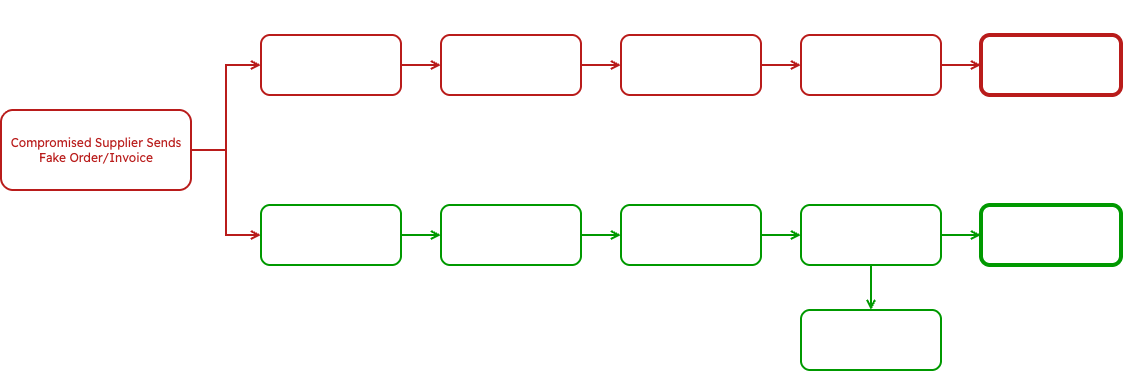
khalavak/sublime-webpage keeps this draw.io diagram as assets/graphs/graph-malicious-attachment-fake-document.png. Above is the earlier version. Source tidied: cells renumbered, new cells last; positions are measured from the earlier drawing's top-left corner, leaving out a move shared by most shapes. The source it was exported from:
```xml
<mxGraphModel>
  <root>
    <mxCell id="0" />
    <mxCell id="1" parent="0" />
    <mxCell id="2" style="edgeStyle=orthogonalEdgeStyle;rounded=0;jettySize=auto;html=1;entryX=0;entryY=0.5;entryDx=0;entryDy=0;strokeColor=light-dark(#B91C1B,#B91C1B);endArrow=open;endFill=0;strokeWidth=2;" parent="1" edge="1" source="4" target="8">
      <mxGeometry relative="1" as="geometry" />
    </mxCell>
    <mxCell id="3" style="edgeStyle=orthogonalEdgeStyle;rounded=0;jettySize=auto;html=1;entryX=0;entryY=0.5;entryDx=0;entryDy=0;strokeColor=light-dark(#B91C1B,#B91C1B);endArrow=open;endFill=0;strokeWidth=2;" parent="1" edge="1" source="4" target="6">
      <mxGeometry relative="1" as="geometry" />
    </mxCell>
    <mxCell id="4" value="Compromised Supplier Sends Fake Order/Invoice" style="rounded=1;whiteSpace=wrap;html=1;strokeColor=light-dark(#000000,#B91C1B);fontColor=light-dark(#000000,#B91C1B);fillColor=none;strokeWidth=2;perimeterSpacing=0;fontFamily=Readex Pro;fontSource=https%3A%2F%2Ffonts.googleapis.com%2Fcss%3Ffamily%3DReadex%2BPro;" parent="1" vertex="1">
      <mxGeometry y="110" width="190" height="80" as="geometry" />
    </mxCell>
    <mxCell id="5" style="edgeStyle=orthogonalEdgeStyle;rounded=0;jettySize=auto;html=1;entryX=0;entryY=0.5;entryDx=0;entryDy=0;strokeColor=light-dark(#000000,#009900);endArrow=open;endFill=0;strokeWidth=2;" parent="1" edge="1" source="6" target="17">
      <mxGeometry relative="1" as="geometry" />
    </mxCell>
    <mxCell id="6" value="Email from supplier enters managed Email Inspection" style="rounded=1;whiteSpace=wrap;html=1;strokeColor=light-dark(#000000,#009900);fillColor=none;strokeWidth=2;fontFamily=Readex Pro;fontSource=https%3A%2F%2Ffonts.googleapis.com%2Fcss%3Ffamily%3DReadex%2BPro;" parent="1" vertex="1">
      <mxGeometry x="260" y="205" width="140" height="60" as="geometry" />
    </mxCell>
    <mxCell id="7" style="edgeStyle=orthogonalEdgeStyle;rounded=0;jettySize=auto;html=1;entryX=0;entryY=0.5;entryDx=0;entryDy=0;strokeColor=light-dark(#B91C1B,#B91C1B);endArrow=open;endFill=0;strokeWidth=2;" parent="1" edge="1" source="8" target="10">
      <mxGeometry relative="1" as="geometry" />
    </mxCell>
    <mxCell id="8" value="Standard filters allow email through" style="rounded=1;whiteSpace=wrap;html=1;strokeColor=light-dark(#000000,#B91C1B);fillColor=none;fontColor=light-dark(#000000,#FFFFFF);strokeWidth=2;fontFamily=Readex Pro;fontSource=https%3A%2F%2Ffonts.googleapis.com%2Fcss%3Ffamily%3DReadex%2BPro;" parent="1" vertex="1">
      <mxGeometry x="260" y="35" width="140" height="60" as="geometry" />
    </mxCell>
    <mxCell id="9" style="edgeStyle=orthogonalEdgeStyle;rounded=0;jettySize=auto;html=1;strokeColor=light-dark(#B91C1B,#B91C1B);endArrow=open;endFill=0;strokeWidth=2;" parent="1" edge="1" source="10" target="12">
      <mxGeometry relative="1" as="geometry" />
    </mxCell>
    <mxCell id="10" value="Employee Executes Malicious Instructions" style="rounded=1;whiteSpace=wrap;html=1;strokeColor=light-dark(#000000,#B91C1B);fillColor=none;fontColor=light-dark(#000000,#FFFFFF);strokeWidth=2;fontFamily=Readex Pro;fontSource=https%3A%2F%2Ffonts.googleapis.com%2Fcss%3Ffamily%3DReadex%2BPro;" parent="1" vertex="1">
      <mxGeometry x="440" y="35" width="140" height="60" as="geometry" />
    </mxCell>
    <mxCell id="11" style="edgeStyle=orthogonalEdgeStyle;rounded=0;jettySize=auto;html=1;exitX=1;exitY=0.5;exitDx=0;exitDy=0;entryX=0;entryY=0.5;entryDx=0;entryDy=0;strokeColor=light-dark(#B91C1B,#B91C1B);endArrow=open;endFill=0;strokeWidth=2;" parent="1" edge="1" source="12" target="14">
      <mxGeometry relative="1" as="geometry" />
    </mxCell>
    <mxCell id="12" value="Impact Achieved: Data Exfiltration or Fraudulent Payment" style="rounded=1;whiteSpace=wrap;html=1;strokeColor=light-dark(#000000,#B91C1B);fillColor=none;fontColor=light-dark(#000000,#FFFFFF);strokeWidth=2;fontFamily=Readex Pro;fontSource=https%3A%2F%2Ffonts.googleapis.com%2Fcss%3Ffamily%3DReadex%2BPro;" parent="1" vertex="1">
      <mxGeometry x="620" y="35" width="140" height="60" as="geometry" />
    </mxCell>
    <mxCell id="13" style="edgeStyle=orthogonalEdgeStyle;rounded=0;jettySize=auto;html=1;entryX=0;entryY=0.5;entryDx=0;entryDy=0;strokeColor=light-dark(#B91C1B,#B91C1B);endArrow=open;endFill=0;strokeWidth=2;" parent="1" edge="1" source="14" target="15">
      <mxGeometry relative="1" as="geometry" />
    </mxCell>
    <mxCell id="14" value="SOC reacts post-compromise" style="rounded=1;whiteSpace=wrap;html=1;strokeColor=light-dark(#000000,#B91C1B);fillColor=none;fontColor=light-dark(#000000,#FFFFFF);strokeWidth=2;fontFamily=Readex Pro;fontSource=https%3A%2F%2Ffonts.googleapis.com%2Fcss%3Ffamily%3DReadex%2BPro;" parent="1" vertex="1">
      <mxGeometry x="800" y="35" width="140" height="60" as="geometry" />
    </mxCell>
    <mxCell id="15" value="&lt;b&gt;Operational and Financial Impact Realized&lt;/b&gt;" style="rounded=1;whiteSpace=wrap;html=1;strokeColor=light-dark(#000000,#B91C1B);fillColor=none;fontColor=light-dark(#000000,#FFFFFF);strokeWidth=4;fontFamily=Readex Pro;fontSource=https%3A%2F%2Ffonts.googleapis.com%2Fcss%3Ffamily%3DReadex%2BPro;" parent="1" vertex="1">
      <mxGeometry x="980" y="35" width="140" height="60" as="geometry" />
    </mxCell>
    <mxCell id="16" style="edgeStyle=orthogonalEdgeStyle;rounded=0;jettySize=auto;html=1;entryX=0;entryY=0.5;entryDx=0;entryDy=0;strokeColor=light-dark(#000000,#009900);endArrow=open;endFill=0;strokeWidth=2;" parent="1" edge="1" source="17" target="19">
      <mxGeometry relative="1" as="geometry" />
    </mxCell>
    <mxCell id="17" value="&lt;span&gt;Behavioral Analysis Flags Email&lt;/span&gt;" style="rounded=1;whiteSpace=wrap;html=1;strokeColor=light-dark(#000000,#009900);fillColor=none;strokeWidth=2;fontFamily=Readex Pro;fontSource=https%3A%2F%2Ffonts.googleapis.com%2Fcss%3Ffamily%3DReadex%2BPro;" parent="1" vertex="1">
      <mxGeometry x="440" y="205" width="140" height="60" as="geometry" />
    </mxCell>
    <mxCell id="18" style="edgeStyle=orthogonalEdgeStyle;rounded=0;jettySize=auto;html=1;entryX=0;entryY=0.5;entryDx=0;entryDy=0;strokeColor=light-dark(#000000,#009900);endArrow=open;endFill=0;strokeWidth=2;" parent="1" edge="1" source="19" target="21">
      <mxGeometry relative="1" as="geometry" />
    </mxCell>
    <mxCell id="19" value="&lt;span&gt;Automated Quarantining &amp;amp; Mitigation&lt;/span&gt;" style="rounded=1;whiteSpace=wrap;html=1;strokeColor=light-dark(#000000,#009900);fillColor=none;strokeWidth=2;fontFamily=Readex Pro;fontSource=https%3A%2F%2Ffonts.googleapis.com%2Fcss%3Ffamily%3DReadex%2BPro;" parent="1" vertex="1">
      <mxGeometry x="620" y="205" width="140" height="60" as="geometry" />
    </mxCell>
    <mxCell id="20" style="edgeStyle=orthogonalEdgeStyle;rounded=0;jettySize=auto;html=1;exitX=1;exitY=0.5;exitDx=0;exitDy=0;strokeColor=light-dark(#000000,#009900);endArrow=open;endFill=0;strokeWidth=2;" parent="1" edge="1" source="21" target="22">
      <mxGeometry relative="1" as="geometry" />
    </mxCell>
    <mxCell id="21" value="&lt;span&gt;Source (Supplier Domain) Flagged for Monitoring&lt;/span&gt;" style="rounded=1;whiteSpace=wrap;html=1;strokeColor=light-dark(#000000,#009900);fillColor=none;strokeWidth=2;fontFamily=Readex Pro;fontSource=https%3A%2F%2Ffonts.googleapis.com%2Fcss%3Ffamily%3DReadex%2BPro;" parent="1" vertex="1">
      <mxGeometry x="800" y="205" width="140" height="60" as="geometry" />
    </mxCell>
    <mxCell id="22" value="&lt;span&gt;&lt;b&gt;Zero Business &lt;br&gt;Impact Achieved&lt;/b&gt;&lt;/span&gt;" style="rounded=1;whiteSpace=wrap;html=1;strokeColor=light-dark(#000000,#009900);fillColor=none;strokeWidth=4;fontFamily=Readex Pro;fontSource=https%3A%2F%2Ffonts.googleapis.com%2Fcss%3Ffamily%3DReadex%2BPro;" parent="1" vertex="1">
      <mxGeometry x="980" y="205" width="140" height="60" as="geometry" />
    </mxCell>
    <mxCell id="23" value="&lt;b&gt;Managed Email Protection (Attack Prevented)&lt;/b&gt;" style="text;html=1;whiteSpace=wrap;strokeColor=none;fillColor=none;align=left;verticalAlign=middle;rounded=0;fontFamily=Readex Pro;fontSource=https%3A%2F%2Ffonts.googleapis.com%2Fcss%3Ffamily%3DReadex%2BPro;" parent="1" vertex="1">
      <mxGeometry x="260" y="170" width="300" height="30" as="geometry" />
    </mxCell>
    <mxCell id="24" value="&lt;b&gt;Legacy Protection (Attack Succeeds)&lt;/b&gt;" style="text;html=1;whiteSpace=wrap;strokeColor=none;fillColor=none;align=left;verticalAlign=middle;rounded=0;fontFamily=Readex Pro;fontSource=https%3A%2F%2Ffonts.googleapis.com%2Fcss%3Ffamily%3DReadex%2BPro;" parent="1" vertex="1">
      <mxGeometry x="260" width="300" height="30" as="geometry" />
    </mxCell>
    <mxCell id="25" value="&lt;span&gt;Analyst Validates Alert and Notifies Client&lt;/span&gt;" style="rounded=1;whiteSpace=wrap;html=1;strokeColor=light-dark(#000000,#009900);fillColor=none;strokeWidth=2;fontFamily=Readex Pro;fontSource=https%3A%2F%2Ffonts.googleapis.com%2Fcss%3Ffamily%3DReadex%2BPro;" parent="1" vertex="1">
      <mxGeometry x="800" y="310" width="140" height="60" as="geometry" />
    </mxCell>
    <mxCell id="26" style="edgeStyle=orthogonalEdgeStyle;rounded=0;jettySize=auto;html=1;entryX=0.5;entryY=0;entryDx=0;entryDy=0;strokeColor=light-dark(#000000,#009900);endArrow=open;endFill=0;strokeWidth=2;exitX=0.5;exitY=1;exitDx=0;exitDy=0;" parent="1" edge="1" source="21" target="25">
      <mxGeometry relative="1" as="geometry" />
    </mxCell>
  </root>
</mxGraphModel>
```
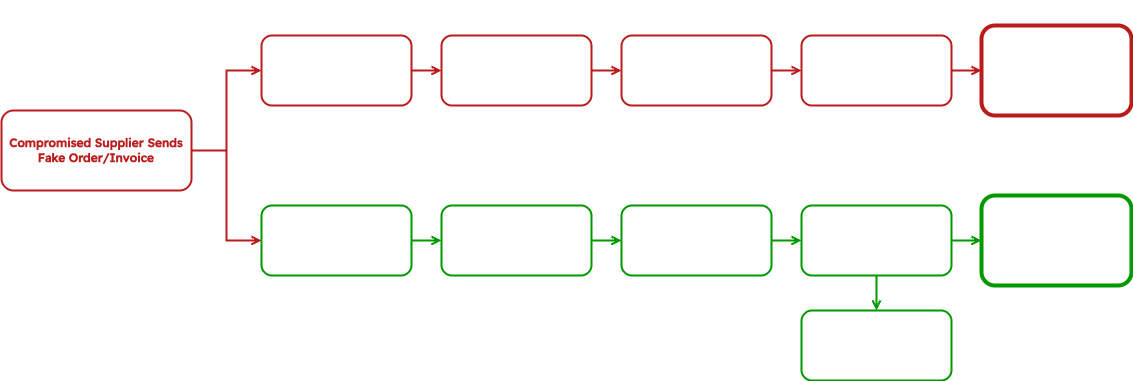
Above is the later version.

What changed in the source:
```diff
@@ -8,62 +8,62 @@
     <mxCell id="3" style="edgeStyle=orthogonalEdgeStyle;rounded=0;jettySize=auto;html=1;entryX=0;entryY=0.5;entryDx=0;entryDy=0;strokeColor=light-dark(#B91C1B,#B91C1B);endArrow=open;endFill=0;strokeWidth=2;" parent="1" edge="1" source="4" target="6">
       <mxGeometry relative="1" as="geometry" />
     </mxCell>
-    <mxCell id="4" value="Compromised Supplier Sends Fake Order/Invoice" style="rounded=1;whiteSpace=wrap;html=1;strokeColor=light-dark(#000000,#B91C1B);fontColor=light-dark(#000000,#B91C1B);fillColor=none;strokeWidth=2;perimeterSpacing=0;fontFamily=Readex Pro;fontSource=https%3A%2F%2Ffonts.googleapis.com%2Fcss%3Ffamily%3DReadex%2BPro;" parent="1" vertex="1">
+    <mxCell id="4" value="&lt;b&gt;Compromised Supplier Sends Fake Order/Invoice&lt;/b&gt;" style="rounded=1;whiteSpace=wrap;html=1;strokeColor=light-dark(#000000,#B91C1B);fontColor=light-dark(#000000,#B91C1B);fillColor=none;strokeWidth=2;perimeterSpacing=0;fontFamily=Readex Pro;fontSource=https%3A%2F%2Ffonts.googleapis.com%2Fcss%3Ffamily%3DReadex%2BPro;" parent="1" vertex="1">
       <mxGeometry y="110" width="190" height="80" as="geometry" />
     </mxCell>
     <mxCell id="5" style="edgeStyle=orthogonalEdgeStyle;rounded=0;jettySize=auto;html=1;entryX=0;entryY=0.5;entryDx=0;entryDy=0;strokeColor=light-dark(#000000,#009900);endArrow=open;endFill=0;strokeWidth=2;" parent="1" edge="1" source="6" target="17">
       <mxGeometry relative="1" as="geometry" />
     </mxCell>
-    <mxCell id="6" value="Email from supplier enters managed Email Inspection" style="rounded=1;whiteSpace=wrap;html=1;strokeColor=light-dark(#000000,#009900);fillColor=none;strokeWidth=2;fontFamily=Readex Pro;fontSource=https%3A%2F%2Ffonts.googleapis.com%2Fcss%3Ffamily%3DReadex%2BPro;" parent="1" vertex="1">
-      <mxGeometry x="260" y="205" width="140" height="60" as="geometry" />
+    <mxCell id="6" value="Email Analysed by Managed Email Service" style="rounded=1;whiteSpace=wrap;html=1;strokeColor=light-dark(#000000,#009900);fillColor=none;strokeWidth=2;fontFamily=Readex Pro;fontSource=https%3A%2F%2Ffonts.googleapis.com%2Fcss%3Ffamily%3DReadex%2BPro;" parent="1" vertex="1">
+      <mxGeometry x="260" y="205" width="150" height="70" as="geometry" />
     </mxCell>
     <mxCell id="7" style="edgeStyle=orthogonalEdgeStyle;rounded=0;jettySize=auto;html=1;entryX=0;entryY=0.5;entryDx=0;entryDy=0;strokeColor=light-dark(#B91C1B,#B91C1B);endArrow=open;endFill=0;strokeWidth=2;" parent="1" edge="1" source="8" target="10">
       <mxGeometry relative="1" as="geometry" />
     </mxCell>
     <mxCell id="8" value="Standard filters allow email through" style="rounded=1;whiteSpace=wrap;html=1;strokeColor=light-dark(#000000,#B91C1B);fillColor=none;fontColor=light-dark(#000000,#FFFFFF);strokeWidth=2;fontFamily=Readex Pro;fontSource=https%3A%2F%2Ffonts.googleapis.com%2Fcss%3Ffamily%3DReadex%2BPro;" parent="1" vertex="1">
-      <mxGeometry x="260" y="35" width="140" height="60" as="geometry" />
+      <mxGeometry x="260" y="35" width="150" height="70" as="geometry" />
     </mxCell>
     <mxCell id="9" style="edgeStyle=orthogonalEdgeStyle;rounded=0;jettySize=auto;html=1;strokeColor=light-dark(#B91C1B,#B91C1B);endArrow=open;endFill=0;strokeWidth=2;" parent="1" edge="1" source="10" target="12">
       <mxGeometry relative="1" as="geometry" />
     </mxCell>
     <mxCell id="10" value="Employee Executes Malicious Instructions" style="rounded=1;whiteSpace=wrap;html=1;strokeColor=light-dark(#000000,#B91C1B);fillColor=none;fontColor=light-dark(#000000,#FFFFFF);strokeWidth=2;fontFamily=Readex Pro;fontSource=https%3A%2F%2Ffonts.googleapis.com%2Fcss%3Ffamily%3DReadex%2BPro;" parent="1" vertex="1">
-      <mxGeometry x="440" y="35" width="140" height="60" as="geometry" />
+      <mxGeometry x="440" y="35" width="150" height="70" as="geometry" />
     </mxCell>
     <mxCell id="11" style="edgeStyle=orthogonalEdgeStyle;rounded=0;jettySize=auto;html=1;exitX=1;exitY=0.5;exitDx=0;exitDy=0;entryX=0;entryY=0.5;entryDx=0;entryDy=0;strokeColor=light-dark(#B91C1B,#B91C1B);endArrow=open;endFill=0;strokeWidth=2;" parent="1" edge="1" source="12" target="14">
       <mxGeometry relative="1" as="geometry" />
     </mxCell>
     <mxCell id="12" value="Impact Achieved: Data Exfiltration or Fraudulent Payment" style="rounded=1;whiteSpace=wrap;html=1;strokeColor=light-dark(#000000,#B91C1B);fillColor=none;fontColor=light-dark(#000000,#FFFFFF);strokeWidth=2;fontFamily=Readex Pro;fontSource=https%3A%2F%2Ffonts.googleapis.com%2Fcss%3Ffamily%3DReadex%2BPro;" parent="1" vertex="1">
-      <mxGeometry x="620" y="35" width="140" height="60" as="geometry" />
+      <mxGeometry x="620" y="35" width="150" height="70" as="geometry" />
     </mxCell>
     <mxCell id="13" style="edgeStyle=orthogonalEdgeStyle;rounded=0;jettySize=auto;html=1;entryX=0;entryY=0.5;entryDx=0;entryDy=0;strokeColor=light-dark(#B91C1B,#B91C1B);endArrow=open;endFill=0;strokeWidth=2;" parent="1" edge="1" source="14" target="15">
       <mxGeometry relative="1" as="geometry" />
     </mxCell>
-    <mxCell id="14" value="SOC reacts post-compromise" style="rounded=1;whiteSpace=wrap;html=1;strokeColor=light-dark(#000000,#B91C1B);fillColor=none;fontColor=light-dark(#000000,#FFFFFF);strokeWidth=2;fontFamily=Readex Pro;fontSource=https%3A%2F%2Ffonts.googleapis.com%2Fcss%3Ffamily%3DReadex%2BPro;" parent="1" vertex="1">
-      <mxGeometry x="800" y="35" width="140" height="60" as="geometry" />
+    <mxCell id="14" value="IT / SOC reacts post-compromise" style="rounded=1;whiteSpace=wrap;html=1;strokeColor=light-dark(#000000,#B91C1B);fillColor=none;fontColor=light-dark(#000000,#FFFFFF);strokeWidth=2;fontFamily=Readex Pro;fontSource=https%3A%2F%2Ffonts.googleapis.com%2Fcss%3Ffamily%3DReadex%2BPro;" parent="1" vertex="1">
+      <mxGeometry x="800" y="35" width="150" height="70" as="geometry" />
     </mxCell>
     <mxCell id="15" value="&lt;b&gt;Operational and Financial Impact Realized&lt;/b&gt;" style="rounded=1;whiteSpace=wrap;html=1;strokeColor=light-dark(#000000,#B91C1B);fillColor=none;fontColor=light-dark(#000000,#FFFFFF);strokeWidth=4;fontFamily=Readex Pro;fontSource=https%3A%2F%2Ffonts.googleapis.com%2Fcss%3Ffamily%3DReadex%2BPro;" parent="1" vertex="1">
-      <mxGeometry x="980" y="35" width="140" height="60" as="geometry" />
+      <mxGeometry x="980" y="25" width="150" height="90" as="geometry" />
     </mxCell>
     <mxCell id="16" style="edgeStyle=orthogonalEdgeStyle;rounded=0;jettySize=auto;html=1;entryX=0;entryY=0.5;entryDx=0;entryDy=0;strokeColor=light-dark(#000000,#009900);endArrow=open;endFill=0;strokeWidth=2;" parent="1" edge="1" source="17" target="19">
       <mxGeometry relative="1" as="geometry" />
     </mxCell>
     <mxCell id="17" value="&lt;span&gt;Behavioral Analysis Flags Email&lt;/span&gt;" style="rounded=1;whiteSpace=wrap;html=1;strokeColor=light-dark(#000000,#009900);fillColor=none;strokeWidth=2;fontFamily=Readex Pro;fontSource=https%3A%2F%2Ffonts.googleapis.com%2Fcss%3Ffamily%3DReadex%2BPro;" parent="1" vertex="1">
-      <mxGeometry x="440" y="205" width="140" height="60" as="geometry" />
+      <mxGeometry x="440" y="205" width="150" height="70" as="geometry" />
     </mxCell>
     <mxCell id="18" style="edgeStyle=orthogonalEdgeStyle;rounded=0;jettySize=auto;html=1;entryX=0;entryY=0.5;entryDx=0;entryDy=0;strokeColor=light-dark(#000000,#009900);endArrow=open;endFill=0;strokeWidth=2;" parent="1" edge="1" source="19" target="21">
       <mxGeometry relative="1" as="geometry" />
     </mxCell>
     <mxCell id="19" value="&lt;span&gt;Automated Quarantining &amp;amp; Mitigation&lt;/span&gt;" style="rounded=1;whiteSpace=wrap;html=1;strokeColor=light-dark(#000000,#009900);fillColor=none;strokeWidth=2;fontFamily=Readex Pro;fontSource=https%3A%2F%2Ffonts.googleapis.com%2Fcss%3Ffamily%3DReadex%2BPro;" parent="1" vertex="1">
-      <mxGeometry x="620" y="205" width="140" height="60" as="geometry" />
+      <mxGeometry x="620" y="205" width="150" height="70" as="geometry" />
     </mxCell>
     <mxCell id="20" style="edgeStyle=orthogonalEdgeStyle;rounded=0;jettySize=auto;html=1;exitX=1;exitY=0.5;exitDx=0;exitDy=0;strokeColor=light-dark(#000000,#009900);endArrow=open;endFill=0;strokeWidth=2;" parent="1" edge="1" source="21" target="22">
       <mxGeometry relative="1" as="geometry" />
     </mxCell>
     <mxCell id="21" value="&lt;span&gt;Source (Supplier Domain) Flagged for Monitoring&lt;/span&gt;" style="rounded=1;whiteSpace=wrap;html=1;strokeColor=light-dark(#000000,#009900);fillColor=none;strokeWidth=2;fontFamily=Readex Pro;fontSource=https%3A%2F%2Ffonts.googleapis.com%2Fcss%3Ffamily%3DReadex%2BPro;" parent="1" vertex="1">
-      <mxGeometry x="800" y="205" width="140" height="60" as="geometry" />
+      <mxGeometry x="800" y="205" width="150" height="70" as="geometry" />
     </mxCell>
     <mxCell id="22" value="&lt;span&gt;&lt;b&gt;Zero Business &lt;br&gt;Impact Achieved&lt;/b&gt;&lt;/span&gt;" style="rounded=1;whiteSpace=wrap;html=1;strokeColor=light-dark(#000000,#009900);fillColor=none;strokeWidth=4;fontFamily=Readex Pro;fontSource=https%3A%2F%2Ffonts.googleapis.com%2Fcss%3Ffamily%3DReadex%2BPro;" parent="1" vertex="1">
-      <mxGeometry x="980" y="205" width="140" height="60" as="geometry" />
+      <mxGeometry x="980" y="195" width="150" height="90" as="geometry" />
     </mxCell>
     <mxCell id="23" value="&lt;b&gt;Managed Email Protection (Attack Prevented)&lt;/b&gt;" style="text;html=1;whiteSpace=wrap;strokeColor=none;fillColor=none;align=left;verticalAlign=middle;rounded=0;fontFamily=Readex Pro;fontSource=https%3A%2F%2Ffonts.googleapis.com%2Fcss%3Ffamily%3DReadex%2BPro;" parent="1" vertex="1">
       <mxGeometry x="260" y="170" width="300" height="30" as="geometry" />
@@ -72,7 +72,7 @@
       <mxGeometry x="260" width="300" height="30" as="geometry" />
     </mxCell>
     <mxCell id="25" value="&lt;span&gt;Analyst Validates Alert and Notifies Client&lt;/span&gt;" style="rounded=1;whiteSpace=wrap;html=1;strokeColor=light-dark(#000000,#009900);fillColor=none;strokeWidth=2;fontFamily=Readex Pro;fontSource=https%3A%2F%2Ffonts.googleapis.com%2Fcss%3Ffamily%3DReadex%2BPro;" parent="1" vertex="1">
-      <mxGeometry x="800" y="310" width="140" height="60" as="geometry" />
+      <mxGeometry x="800" y="310" width="150" height="70" as="geometry" />
     </mxCell>
     <mxCell id="26" style="edgeStyle=orthogonalEdgeStyle;rounded=0;jettySize=auto;html=1;entryX=0.5;entryY=0;entryDx=0;entryDy=0;strokeColor=light-dark(#000000,#009900);endArrow=open;endFill=0;strokeWidth=2;exitX=0.5;exitY=1;exitDx=0;exitDy=0;" parent="1" edge="1" source="21" target="25">
       <mxGeometry relative="1" as="geometry" />
```
